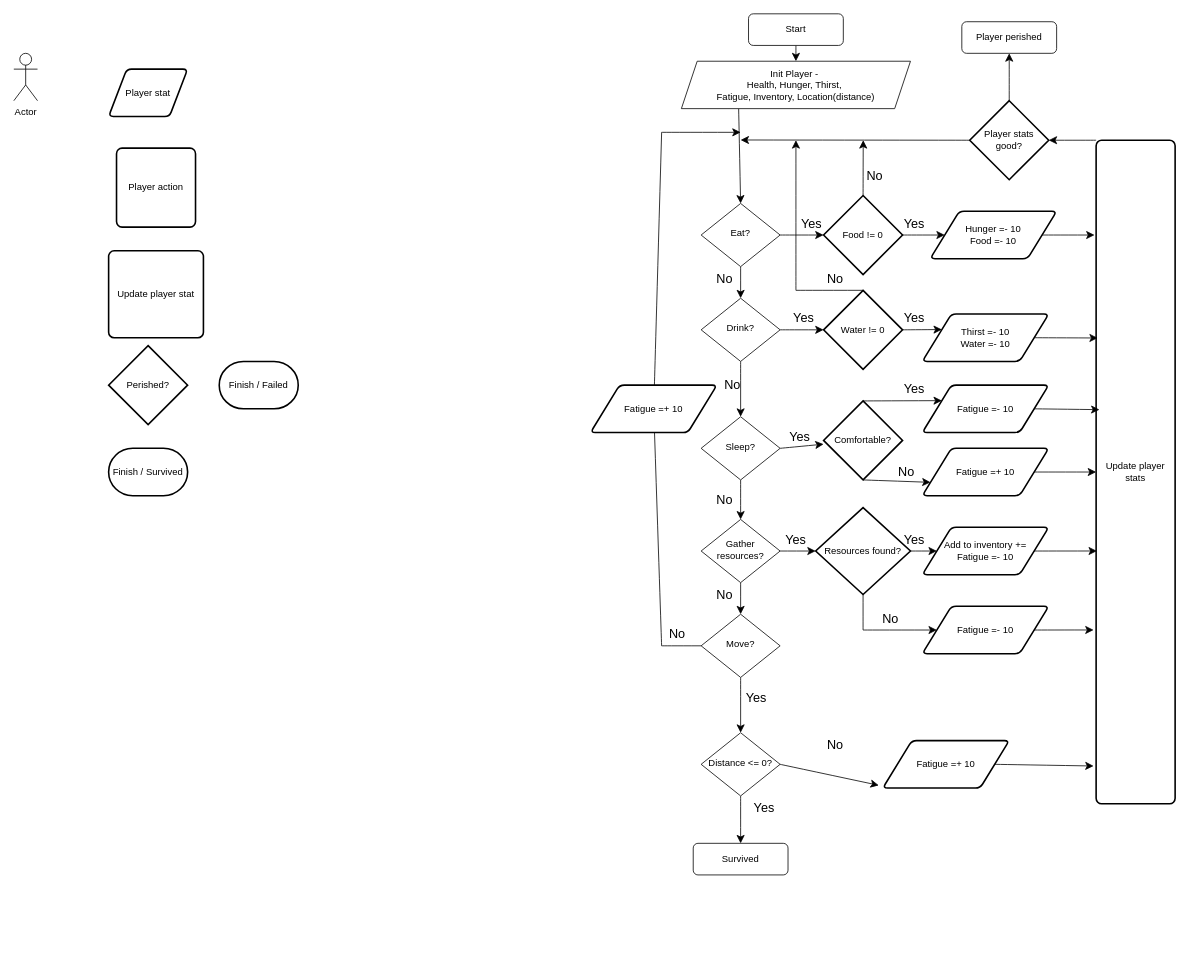
The draw.io diagram Untitled Diagram.drawio in RobertJohn-/react-person-crud, before the edit. Source tidied: cells renumbered, new cells numbered last; positions are measured from the earlier drawing's top-left corner, leaving out a move shared by most shapes. Both pictures are drawn from the tidied source at 79%, with x=0, y=0 at pixel (13, 13).
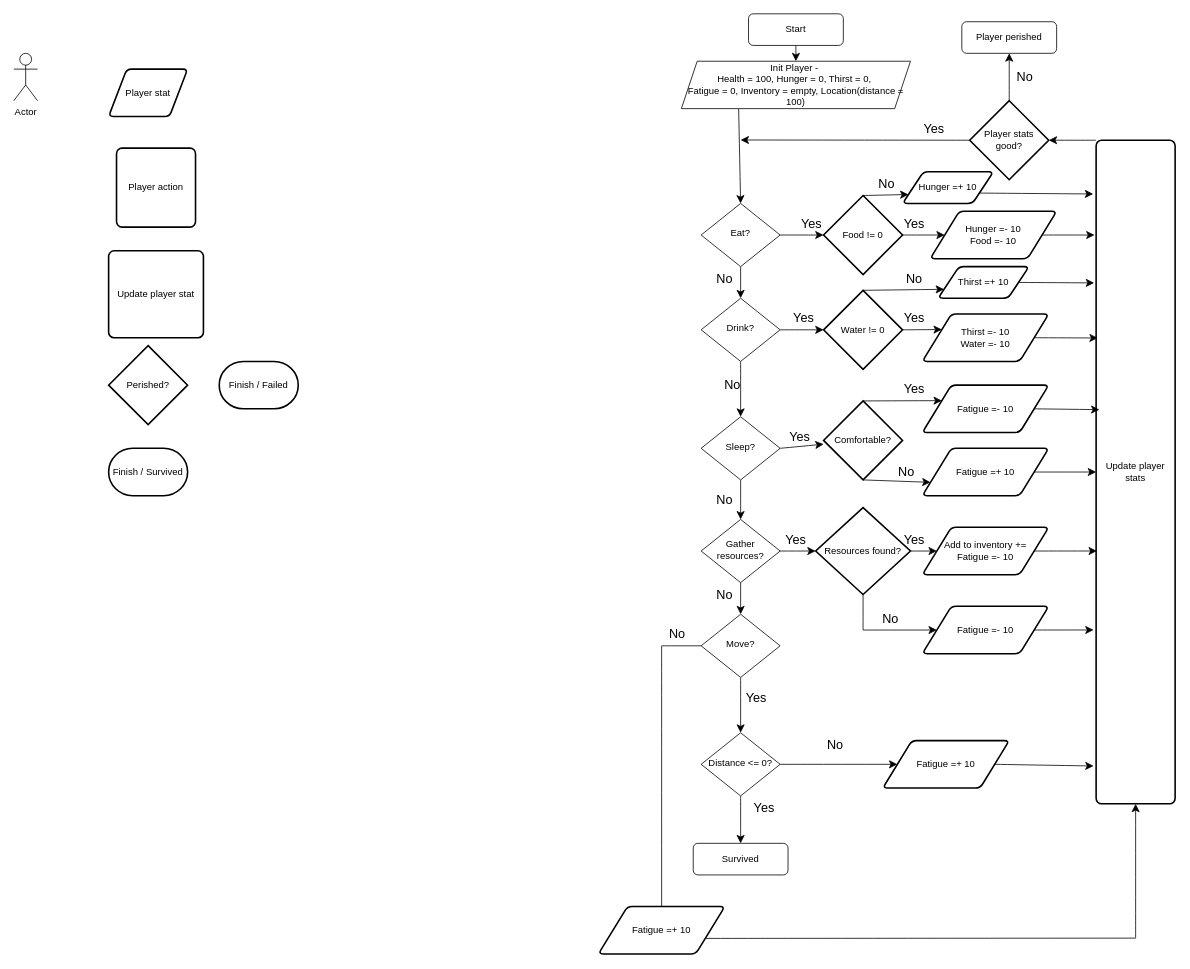
The same page after the edit.

The change refers to these unchanged cells:
```xml
<mxCell id="7" value="Distance &amp;lt;= 0?" style="rhombus;whiteSpace=wrap;html=1;shadow=0;fontFamily=Helvetica;fontSize=12;align=center;strokeWidth=1;spacing=6;spacingTop=-4;" parent="1" vertex="1">
  <mxGeometry x="870" y="910" width="100" height="80" as="geometry" />
</mxCell>
<mxCell id="25" value="Update player stats" style="rounded=1;whiteSpace=wrap;html=1;absoluteArcSize=1;arcSize=14;strokeWidth=2;" parent="1" vertex="1">
  <mxGeometry x="1370" y="160" width="100" height="840" as="geometry" />
</mxCell>
<mxCell id="36" value="Food != 0" style="strokeWidth=2;html=1;shape=mxgraph.flowchart.decision;whiteSpace=wrap;" parent="1" vertex="1">
  <mxGeometry x="1025" y="230" width="100" height="100" as="geometry" />
</mxCell>
<mxCell id="38" value="Water != 0" style="strokeWidth=2;html=1;shape=mxgraph.flowchart.decision;whiteSpace=wrap;" parent="1" vertex="1">
  <mxGeometry x="1025" y="350" width="100" height="100" as="geometry" />
</mxCell>
<mxCell id="89" value="Fatigue =+ 10" style="shape=parallelogram;html=1;strokeWidth=2;perimeter=parallelogramPerimeter;whiteSpace=wrap;rounded=1;arcSize=12;size=0.23;" parent="1" vertex="1">
  <mxGeometry x="1100" y="920" width="160" height="60" as="geometry" />
</mxCell>
```

The edit, as a diff of the source:
```diff
@@
-    <mxCell id="11" value="Init Player -&amp;nbsp;&lt;div&gt;Health, Hunger, Thirst,&amp;nbsp;&lt;/div&gt;&lt;div&gt;Fatigue, Inventory, Location(distance)&lt;/div&gt;" style="shape=parallelogram;perimeter=parallelogramPerimeter;whiteSpace=wrap;html=1;fixedSize=1;" parent="1" vertex="1">
+    <mxCell id="11" value="Init Player -&amp;nbsp;&lt;div&gt;Health = 100, Hunger = 0, Thirst = 0,&amp;nbsp;&lt;/div&gt;&lt;div&gt;Fatigue = 0, Inventory = empty, Location(distance = 100)&lt;/div&gt;" style="shape=parallelogram;perimeter=parallelogramPerimeter;whiteSpace=wrap;html=1;fixedSize=1;" parent="1" vertex="1">
       <mxGeometry x="845" y="60" width="290" height="60" as="geometry" />
     </mxCell>
@@
-    <mxCell id="35" style="edgeStyle=none;curved=1;rounded=0;jettySize=auto;html=1;exitX=0.5;exitY=0;exitDx=0;exitDy=0;exitPerimeter=0;fontSize=12;startSize=8;endSize=8;" parent="1" edge="1" source="36">
-      <mxGeometry relative="1" as="geometry">
-        <mxPoint x="1075.2" y="160" as="targetPoint" />
-      </mxGeometry>
-    </mxCell>
+    <mxCell id="90" style="edgeStyle=none;curved=1;rounded=0;jettySize=auto;html=1;exitX=0.5;exitY=0;exitDx=0;exitDy=0;exitPerimeter=0;entryX=0;entryY=0.75;entryDx=0;entryDy=0;fontSize=12;startSize=8;endSize=8;" parent="1" edge="1" source="36" target="96">
+      <mxGeometry relative="1" as="geometry" />
+    </mxCell>
@@
+    <mxCell id="91" style="edgeStyle=none;curved=1;rounded=0;jettySize=auto;html=1;exitX=0.5;exitY=0;exitDx=0;exitDy=0;exitPerimeter=0;entryX=0;entryY=0.75;entryDx=0;entryDy=0;fontSize=12;startSize=8;endSize=8;" parent="1" edge="1" source="38" target="97">
+      <mxGeometry relative="1" as="geometry" />
+    </mxCell>
@@
-    <mxCell id="55" style="endArrow=none;html=1;rounded=0;fontSize=12;startSize=8;endSize=8;curved=1;" parent="1" edge="1" source="87">
-      <mxGeometry relative="1" as="geometry">
-        <mxPoint x="820" y="150" as="targetPoint" />
-      </mxGeometry>
-    </mxCell>
-    <mxCell id="56" style="endArrow=classic;html=1;rounded=0;fontSize=12;startSize=8;endSize=8;curved=1;" parent="1" edge="1">
-      <mxGeometry relative="1" as="geometry">
-        <mxPoint x="820" y="150" as="sourcePoint" />
-        <mxPoint x="920" y="150" as="targetPoint" />
-      </mxGeometry>
-    </mxCell>
@@
-    <mxCell id="68" style="endArrow=none;html=1;rounded=0;fontSize=12;startSize=8;endSize=8;curved=1;entryX=0.5;entryY=0;entryDx=0;entryDy=0;entryPerimeter=0;" parent="1" edge="1" target="38">
-      <mxGeometry relative="1" as="geometry">
-        <mxPoint x="990" y="350" as="sourcePoint" />
-      </mxGeometry>
-    </mxCell>
-    <mxCell id="69" style="endArrow=classic;html=1;rounded=0;fontSize=12;startSize=8;endSize=8;curved=1;" parent="1" edge="1">
-      <mxGeometry relative="1" as="geometry">
-        <mxPoint x="990" y="350" as="sourcePoint" />
-        <mxPoint x="990" y="160" as="targetPoint" />
-      </mxGeometry>
-    </mxCell>
@@
     <mxCell id="80" value="No" style="text;html=1;align=center;verticalAlign=middle;whiteSpace=wrap;rounded=0;fontSize=16;" parent="1" vertex="1">
-      <mxGeometry x="1010" y="320" width="60" height="30" as="geometry" />
+      <mxGeometry x="1110" y="320" width="60" height="30" as="geometry" />
     </mxCell>
     <mxCell id="81" value="No" style="text;html=1;align=center;verticalAlign=middle;whiteSpace=wrap;rounded=0;fontSize=16;" parent="1" vertex="1">
-      <mxGeometry x="1060" y="190" width="60" height="30" as="geometry" />
+      <mxGeometry x="1075" y="200" width="60" height="30" as="geometry" />
     </mxCell>
@@
     <mxCell id="87" value="Fatigue =+ 10" style="shape=parallelogram;html=1;strokeWidth=2;perimeter=parallelogramPerimeter;whiteSpace=wrap;rounded=1;arcSize=12;size=0.23;" parent="1" vertex="1">
-      <mxGeometry x="730" y="470" width="160" height="60" as="geometry" />
+      <mxGeometry x="740" y="1130" width="160" height="60" as="geometry" />
     </mxCell>
-    <mxCell id="88" style="edgeStyle=none;curved=1;rounded=0;jettySize=auto;html=1;exitX=1;exitY=0.5;exitDx=0;exitDy=0;entryX=-0.032;entryY=0.943;entryDx=0;entryDy=0;entryPerimeter=0;fontSize=12;startSize=8;endSize=8;" parent="1" edge="1" source="7" target="89">
+    <mxCell id="88" style="edgeStyle=none;curved=1;rounded=0;jettySize=auto;html=1;exitX=1;exitY=0.5;exitDx=0;exitDy=0;entryX=0;entryY=0.5;entryDx=0;entryDy=0;fontSize=12;startSize=8;endSize=8;" parent="1" edge="1" source="7" target="89">
       <mxGeometry relative="1" as="geometry" />
     </mxCell>
@@
+    <mxCell id="92" style="endArrow=none;html=1;rounded=0;fontSize=12;startSize=8;endSize=8;curved=1;exitX=1;exitY=0.75;exitDx=0;exitDy=0;" parent="1" edge="1" source="87">
+      <mxGeometry relative="1" as="geometry">
+        <mxPoint x="1420" y="1170" as="targetPoint" />
+      </mxGeometry>
+    </mxCell>
+    <mxCell id="93" style="endArrow=classic;html=1;rounded=0;fontSize=12;startSize=8;endSize=8;curved=1;entryX=0.5;entryY=1;entryDx=0;entryDy=0;" parent="1" edge="1" target="25">
+      <mxGeometry relative="1" as="geometry">
+        <mxPoint x="1420" y="1170" as="sourcePoint" />
+      </mxGeometry>
+    </mxCell>
+    <mxCell id="94" value="No" style="text;html=1;align=center;verticalAlign=middle;whiteSpace=wrap;rounded=0;fontSize=16;" parent="1" vertex="1">
+      <mxGeometry x="1250" y="65" width="60" height="30" as="geometry" />
+    </mxCell>
+    <mxCell id="95" value="Yes" style="text;html=1;align=center;verticalAlign=middle;whiteSpace=wrap;rounded=0;fontSize=16;" parent="1" vertex="1">
+      <mxGeometry x="1135" y="130" width="60" height="30" as="geometry" />
+    </mxCell>
+    <mxCell id="96" value="Hunger =+ 10" style="shape=parallelogram;html=1;strokeWidth=2;perimeter=parallelogramPerimeter;whiteSpace=wrap;rounded=1;arcSize=12;size=0.23;" parent="1" vertex="1">
+      <mxGeometry x="1125" y="200" width="115" height="40" as="geometry" />
+    </mxCell>
+    <mxCell id="97" value="Thirst =+ 10" style="shape=parallelogram;html=1;strokeWidth=2;perimeter=parallelogramPerimeter;whiteSpace=wrap;rounded=1;arcSize=12;size=0.23;" parent="1" vertex="1">
+      <mxGeometry x="1170" y="320" width="115" height="40" as="geometry" />
+    </mxCell>
+    <mxCell id="98" style="edgeStyle=none;curved=1;rounded=0;jettySize=auto;html=1;exitX=1;exitY=0.5;exitDx=0;exitDy=0;entryX=-0.025;entryY=0.215;entryDx=0;entryDy=0;entryPerimeter=0;fontSize=12;startSize=8;endSize=8;" parent="1" edge="1" source="97" target="25">
+      <mxGeometry relative="1" as="geometry" />
+    </mxCell>
+    <mxCell id="99" style="edgeStyle=none;curved=1;rounded=0;jettySize=auto;html=1;exitX=1;exitY=0.75;exitDx=0;exitDy=0;entryX=-0.037;entryY=0.081;entryDx=0;entryDy=0;entryPerimeter=0;fontSize=12;startSize=8;endSize=8;" parent="1" edge="1" source="96" target="25">
+      <mxGeometry relative="1" as="geometry" />
+    </mxCell>
```
